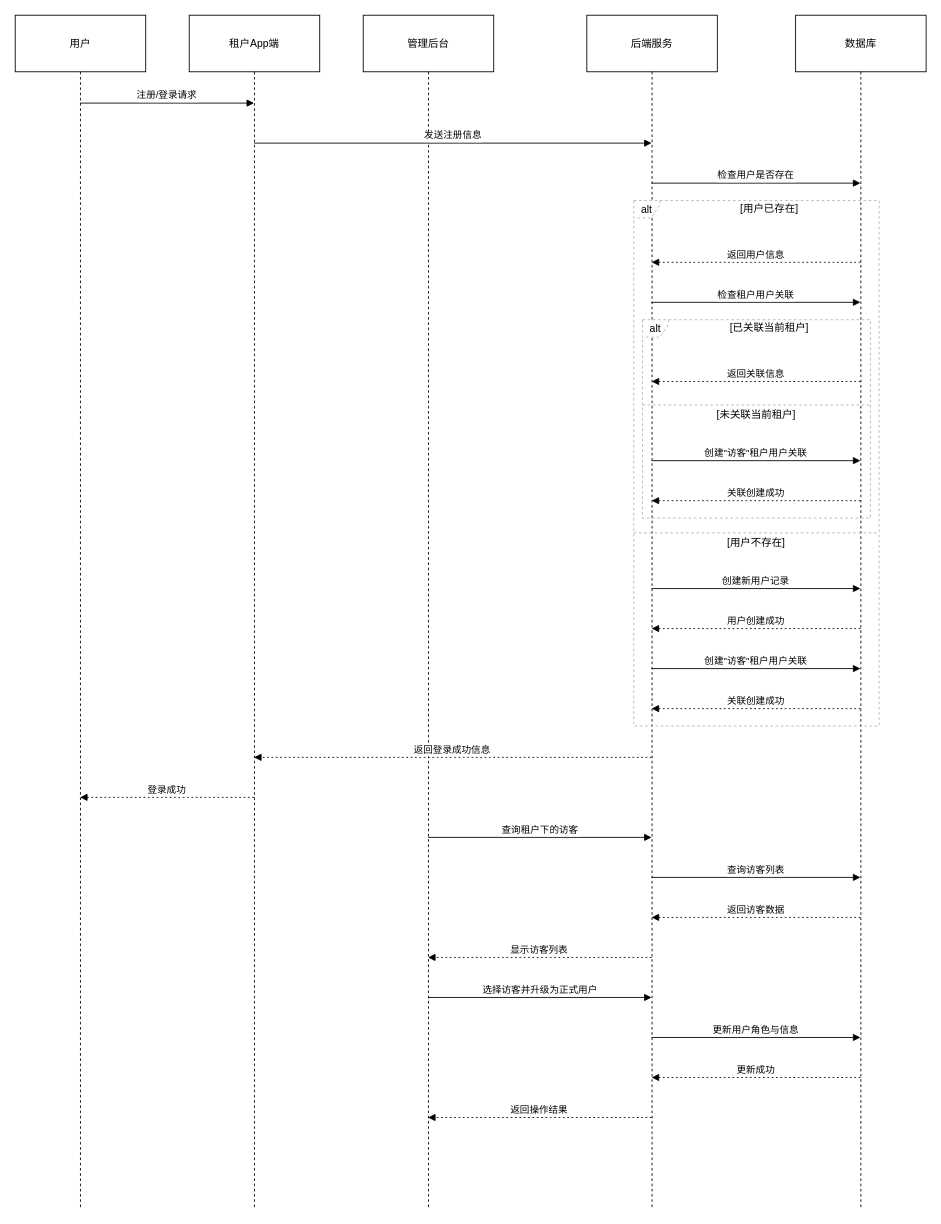
Navven/Img keeps this draw.io diagram as eco.drawio. Above is the earlier version. Source tidied: cells renumbered, new cells numbered last; positions are measured from the earlier drawing's top-left corner, leaving out a move shared by most shapes. Both pictures are drawn from the tidied source at 87%, with x=0, y=0 at pixel (15, 15).
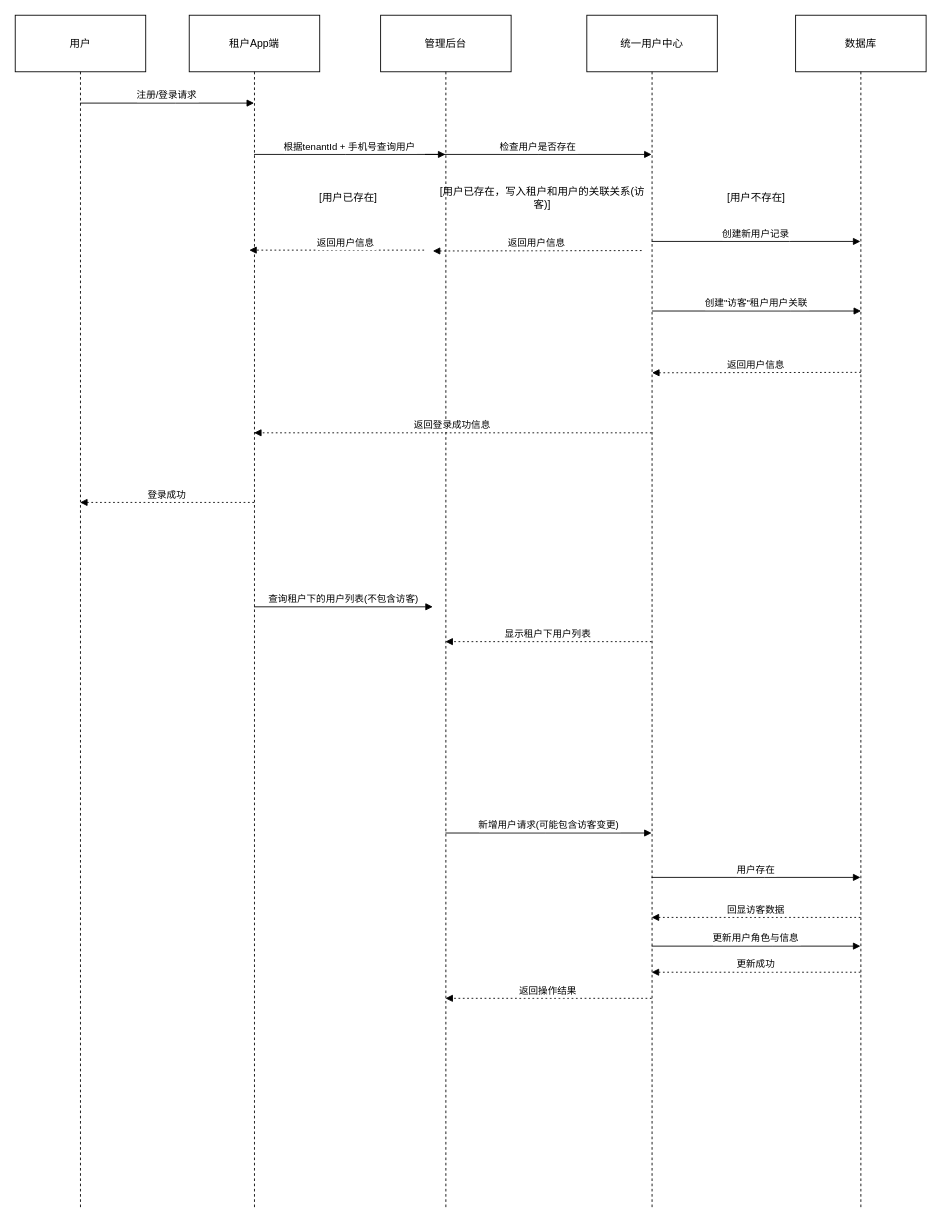
The same diagram, later.

Unchanged cells that the change refers to:
```xml
<mxCell id="2" value="用户" style="shape=umlLifeline;perimeter=lifelinePerimeter;whiteSpace=wrap;outlineConnect=0;portConstraint=eastwest;newEdgeStyle={&quot;edgeStyle&quot;:&quot;elbowEdgeStyle&quot;,&quot;elbow&quot;:&quot;vertical&quot;,&quot;curved&quot;:0,&quot;rounded&quot;:0};size=65;" parent="1" vertex="1">
  <mxGeometry width="150" height="1372" as="geometry" />
</mxCell>
<mxCell id="3" value="租户App端" style="shape=umlLifeline;perimeter=lifelinePerimeter;whiteSpace=wrap;outlineConnect=0;portConstraint=eastwest;newEdgeStyle={&quot;edgeStyle&quot;:&quot;elbowEdgeStyle&quot;,&quot;elbow&quot;:&quot;vertical&quot;,&quot;curved&quot;:0,&quot;rounded&quot;:0};size=65;" parent="1" vertex="1">
  <mxGeometry x="200" width="150" height="1372" as="geometry" />
</mxCell>
<mxCell id="6" value="数据库" style="shape=umlLifeline;perimeter=lifelinePerimeter;whiteSpace=wrap;outlineConnect=0;portConstraint=eastwest;newEdgeStyle={&quot;edgeStyle&quot;:&quot;elbowEdgeStyle&quot;,&quot;elbow&quot;:&quot;vertical&quot;,&quot;curved&quot;:0,&quot;rounded&quot;:0};size=65;" parent="1" vertex="1">
  <mxGeometry x="897" width="150" height="1372" as="geometry" />
</mxCell>
```

What changed in the source:
```diff
@@
     <mxCell id="4" value="管理后台" style="shape=umlLifeline;perimeter=lifelinePerimeter;whiteSpace=wrap;outlineConnect=0;portConstraint=eastwest;newEdgeStyle={&quot;edgeStyle&quot;:&quot;elbowEdgeStyle&quot;,&quot;elbow&quot;:&quot;vertical&quot;,&quot;curved&quot;:0,&quot;rounded&quot;:0};size=65;" parent="1" vertex="1">
-      <mxGeometry x="400" width="150" height="1372" as="geometry" />
+      <mxGeometry x="420" width="150" height="1372" as="geometry" />
     </mxCell>
-    <mxCell id="5" value="后端服务" style="shape=umlLifeline;perimeter=lifelinePerimeter;whiteSpace=wrap;outlineConnect=0;portConstraint=eastwest;newEdgeStyle={&quot;edgeStyle&quot;:&quot;elbowEdgeStyle&quot;,&quot;elbow&quot;:&quot;vertical&quot;,&quot;curved&quot;:0,&quot;rounded&quot;:0};size=65;" parent="1" vertex="1">
+    <mxCell id="5" value="统一用户中心" style="shape=umlLifeline;perimeter=lifelinePerimeter;whiteSpace=wrap;outlineConnect=0;portConstraint=eastwest;newEdgeStyle={&quot;edgeStyle&quot;:&quot;elbowEdgeStyle&quot;,&quot;elbow&quot;:&quot;vertical&quot;,&quot;curved&quot;:0,&quot;rounded&quot;:0};size=65;" parent="1" vertex="1">
       <mxGeometry x="657" width="150" height="1372" as="geometry" />
     </mxCell>
@@
-    <mxCell id="7" value="alt" style="shape=umlFrame;dashed=1;strokeColor=#B3B3B3;height=20;width=30;" parent="1" vertex="1">
-      <mxGeometry x="721" y="350" width="262" height="228" as="geometry" />
-    </mxCell>
-    <mxCell id="8" value="[已关联当前租户]" style="text;strokeColor=none;fillColor=none;align=center;verticalAlign=middle;whiteSpace=wrap;" parent="7" vertex="1">
-      <mxGeometry x="30" width="232" height="20" as="geometry" />
-    </mxCell>
-    <mxCell id="9" value="[未关联当前租户]" style="shape=line;dashed=1;whiteSpace=wrap;verticalAlign=top;labelPosition=center;verticalLabelPosition=middle;align=center;strokeColor=#B3B3B3;" parent="7" vertex="1">
-      <mxGeometry y="96" width="262" height="4" as="geometry" />
-    </mxCell>
-    <mxCell id="10" value="alt" style="shape=umlFrame;dashed=1;strokeColor=#B3B3B3;height=20;width=30;" parent="1" vertex="1">
-      <mxGeometry x="711" y="213" width="282" height="604" as="geometry" />
-    </mxCell>
-    <mxCell id="11" value="[用户已存在]" style="text;strokeColor=none;fillColor=none;align=center;verticalAlign=middle;whiteSpace=wrap;" parent="10" vertex="1">
-      <mxGeometry x="30" width="252" height="20" as="geometry" />
-    </mxCell>
-    <mxCell id="12" value="[用户不存在]" style="shape=line;dashed=1;whiteSpace=wrap;verticalAlign=top;labelPosition=center;verticalLabelPosition=middle;align=center;strokeColor=#B3B3B3;" parent="10" vertex="1">
-      <mxGeometry y="380" width="282" height="4" as="geometry" />
-    </mxCell>
@@
-    <mxCell id="14" value="发送注册信息" style="verticalAlign=bottom;edgeStyle=elbowEdgeStyle;elbow=vertical;curved=0;rounded=0;endArrow=block;" parent="1" edge="1" source="3" target="5">
+    <mxCell id="14" value="根据tenantId + 手机号查询用户" style="verticalAlign=bottom;edgeStyle=elbowEdgeStyle;elbow=vertical;curved=0;rounded=0;endArrow=block;" parent="1" edge="1" source="3" target="4">
       <mxGeometry relative="1" as="geometry">
         <Array as="points">
-          <mxPoint x="512" y="147" />
+          <mxPoint x="380" y="160" />
         </Array>
       </mxGeometry>
     </mxCell>
-    <mxCell id="15" value="检查用户是否存在" style="verticalAlign=bottom;edgeStyle=elbowEdgeStyle;elbow=vertical;curved=0;rounded=0;endArrow=block;" parent="1" edge="1" source="5" target="6">
-      <mxGeometry relative="1" as="geometry">
-        <Array as="points">
-          <mxPoint x="861" y="193" />
-        </Array>
-      </mxGeometry>
-    </mxCell>
-    <mxCell id="16" value="返回用户信息" style="verticalAlign=bottom;edgeStyle=elbowEdgeStyle;elbow=vertical;curved=0;rounded=0;dashed=1;dashPattern=2 3;endArrow=block;" parent="1" edge="1" source="6" target="5">
-      <mxGeometry relative="1" as="geometry">
-        <Array as="points">
-          <mxPoint x="864" y="284" />
-        </Array>
-      </mxGeometry>
-    </mxCell>
-    <mxCell id="17" value="检查租户用户关联" style="verticalAlign=bottom;edgeStyle=elbowEdgeStyle;elbow=vertical;curved=0;rounded=0;endArrow=block;" parent="1" edge="1" source="5" target="6">
-      <mxGeometry relative="1" as="geometry">
-        <Array as="points">
-          <mxPoint x="861" y="330" />
-        </Array>
-      </mxGeometry>
-    </mxCell>
-    <mxCell id="18" value="返回关联信息" style="verticalAlign=bottom;edgeStyle=elbowEdgeStyle;elbow=vertical;curved=0;rounded=0;dashed=1;dashPattern=2 3;endArrow=block;" parent="1" edge="1" source="6" target="5">
-      <mxGeometry relative="1" as="geometry">
-        <Array as="points">
-          <mxPoint x="864" y="421" />
-        </Array>
-      </mxGeometry>
-    </mxCell>
-    <mxCell id="19" value="创建&quot;访客&quot;租户用户关联" style="verticalAlign=bottom;edgeStyle=elbowEdgeStyle;elbow=vertical;curved=0;rounded=0;endArrow=block;" parent="1" edge="1" source="5" target="6">
-      <mxGeometry relative="1" as="geometry">
-        <Array as="points">
-          <mxPoint x="861" y="512" />
-        </Array>
-      </mxGeometry>
-    </mxCell>
-    <mxCell id="20" value="关联创建成功" style="verticalAlign=bottom;edgeStyle=elbowEdgeStyle;elbow=vertical;curved=0;rounded=0;dashed=1;dashPattern=2 3;endArrow=block;" parent="1" edge="1" source="6" target="5">
-      <mxGeometry relative="1" as="geometry">
-        <Array as="points">
-          <mxPoint x="864" y="558" />
-        </Array>
-      </mxGeometry>
-    </mxCell>
     <mxCell id="21" value="创建新用户记录" style="verticalAlign=bottom;edgeStyle=elbowEdgeStyle;elbow=vertical;curved=0;rounded=0;endArrow=block;" parent="1" edge="1" source="5" target="6">
       <mxGeometry relative="1" as="geometry">
         <Array as="points">
-          <mxPoint x="861" y="659" />
+          <mxPoint x="890" y="260" />
         </Array>
       </mxGeometry>
     </mxCell>
-    <mxCell id="22" value="用户创建成功" style="verticalAlign=bottom;edgeStyle=elbowEdgeStyle;elbow=vertical;curved=0;rounded=0;dashed=1;dashPattern=2 3;endArrow=block;" parent="1" edge="1" source="6" target="5">
-      <mxGeometry relative="1" as="geometry">
-        <Array as="points">
-          <mxPoint x="864" y="705" />
-        </Array>
-      </mxGeometry>
-    </mxCell>
-    <mxCell id="23" value="创建&quot;访客&quot;租户用户关联" style="verticalAlign=bottom;edgeStyle=elbowEdgeStyle;elbow=vertical;curved=0;rounded=0;endArrow=block;" parent="1" edge="1" source="5" target="6">
+    <mxCell id="23" value="创建&quot;访客&quot;租户用户关联" style="verticalAlign=bottom;edgeStyle=elbowEdgeStyle;elbow=vertical;curved=0;rounded=0;endArrow=block;" parent="1" edge="1">
       <mxGeometry relative="1" as="geometry">
+        <mxPoint x="732" y="340" as="sourcePoint" />
+        <mxPoint x="972.2" y="340" as="targetPoint" />
         <Array as="points">
-          <mxPoint x="861" y="751" />
+          <mxPoint x="890.7" y="340" />
         </Array>
       </mxGeometry>
     </mxCell>
-    <mxCell id="24" value="关联创建成功" style="verticalAlign=bottom;edgeStyle=elbowEdgeStyle;elbow=vertical;curved=0;rounded=0;dashed=1;dashPattern=2 3;endArrow=block;" parent="1" edge="1" source="6" target="5">
-      <mxGeometry relative="1" as="geometry">
-        <Array as="points">
-          <mxPoint x="864" y="797" />
-        </Array>
-      </mxGeometry>
-    </mxCell>
     <mxCell id="25" value="返回登录成功信息" style="verticalAlign=bottom;edgeStyle=elbowEdgeStyle;elbow=vertical;curved=0;rounded=0;dashed=1;dashPattern=2 3;endArrow=block;" parent="1" edge="1" source="5" target="3">
       <mxGeometry relative="1" as="geometry">
         <Array as="points">
-          <mxPoint x="515" y="853" />
+          <mxPoint x="540" y="480" />
         </Array>
       </mxGeometry>
     </mxCell>
     <mxCell id="26" value="登录成功" style="verticalAlign=bottom;edgeStyle=elbowEdgeStyle;elbow=vertical;curved=0;rounded=0;dashed=1;dashPattern=2 3;endArrow=block;" parent="1" edge="1" source="3" target="2">
       <mxGeometry relative="1" as="geometry">
         <Array as="points">
-          <mxPoint x="187" y="899" />
+          <mxPoint x="180" y="560" />
         </Array>
       </mxGeometry>
     </mxCell>
-    <mxCell id="27" value="查询租户下的访客" style="verticalAlign=bottom;edgeStyle=elbowEdgeStyle;elbow=vertical;curved=0;rounded=0;endArrow=block;" parent="1" edge="1" source="4" target="5">
-      <mxGeometry relative="1" as="geometry">
-        <Array as="points">
-          <mxPoint x="612" y="945" />
-        </Array>
-      </mxGeometry>
-    </mxCell>
-    <mxCell id="28" value="查询访客列表" style="verticalAlign=bottom;edgeStyle=elbowEdgeStyle;elbow=vertical;curved=0;rounded=0;endArrow=block;" parent="1" edge="1" source="5" target="6">
+    <mxCell id="28" value="用户存在" style="verticalAlign=bottom;edgeStyle=elbowEdgeStyle;elbow=horizontal;curved=0;rounded=0;endArrow=block;" parent="1" edge="1" source="5" target="6">
       <mxGeometry relative="1" as="geometry">
         <Array as="points">
           <mxPoint x="861" y="991" />
         </Array>
       </mxGeometry>
     </mxCell>
-    <mxCell id="29" value="返回访客数据" style="verticalAlign=bottom;edgeStyle=elbowEdgeStyle;elbow=vertical;curved=0;rounded=0;dashed=1;dashPattern=2 3;endArrow=block;" parent="1" edge="1" source="6" target="5">
+    <mxCell id="29" value="回显访客数据" style="verticalAlign=bottom;edgeStyle=elbowEdgeStyle;elbow=vertical;curved=0;rounded=0;dashed=1;dashPattern=2 3;endArrow=block;" parent="1" edge="1" source="6" target="5">
       <mxGeometry relative="1" as="geometry">
         <Array as="points">
           <mxPoint x="864" y="1037" />
         </Array>
       </mxGeometry>
     </mxCell>
-    <mxCell id="30" value="显示访客列表" style="verticalAlign=bottom;edgeStyle=elbowEdgeStyle;elbow=vertical;curved=0;rounded=0;dashed=1;dashPattern=2 3;endArrow=block;" parent="1" edge="1" source="5" target="4">
+    <mxCell id="30" value="显示租户下用户列表" style="verticalAlign=bottom;edgeStyle=elbowEdgeStyle;elbow=vertical;curved=0;rounded=0;dashed=1;dashPattern=2 3;endArrow=block;" parent="1" edge="1" source="5" target="4">
       <mxGeometry relative="1" as="geometry">
         <Array as="points">
-          <mxPoint x="615" y="1083" />
+          <mxPoint x="630" y="720" />
         </Array>
       </mxGeometry>
     </mxCell>
-    <mxCell id="31" value="选择访客并升级为正式用户" style="verticalAlign=bottom;edgeStyle=elbowEdgeStyle;elbow=vertical;curved=0;rounded=0;endArrow=block;" parent="1" edge="1" source="4" target="5">
+    <mxCell id="31" value="新增用户请求(可能包含访客变更)" style="verticalAlign=bottom;edgeStyle=elbowEdgeStyle;elbow=vertical;curved=0;rounded=0;endArrow=block;" parent="1" edge="1" source="4" target="5">
       <mxGeometry relative="1" as="geometry">
         <Array as="points">
-          <mxPoint x="612" y="1129" />
+          <mxPoint x="610" y="940" />
         </Array>
       </mxGeometry>
     </mxCell>
     <mxCell id="32" value="更新用户角色与信息" style="verticalAlign=bottom;edgeStyle=elbowEdgeStyle;elbow=vertical;curved=0;rounded=0;endArrow=block;" parent="1" edge="1" source="5" target="6">
       <mxGeometry relative="1" as="geometry">
         <Array as="points">
-          <mxPoint x="861" y="1175" />
+          <mxPoint x="870" y="1070" />
         </Array>
       </mxGeometry>
     </mxCell>
     <mxCell id="33" value="更新成功" style="verticalAlign=bottom;edgeStyle=elbowEdgeStyle;elbow=vertical;curved=0;rounded=0;dashed=1;dashPattern=2 3;endArrow=block;" parent="1" edge="1" source="6" target="5">
       <mxGeometry relative="1" as="geometry">
         <Array as="points">
-          <mxPoint x="864" y="1221" />
+          <mxPoint x="870" y="1100" />
         </Array>
       </mxGeometry>
     </mxCell>
     <mxCell id="34" value="返回操作结果" style="verticalAlign=bottom;edgeStyle=elbowEdgeStyle;elbow=vertical;curved=0;rounded=0;dashed=1;dashPattern=2 3;endArrow=block;" parent="1" edge="1" source="5" target="4">
       <mxGeometry relative="1" as="geometry">
         <Array as="points">
-          <mxPoint x="615" y="1267" />
+          <mxPoint x="630" y="1130" />
         </Array>
       </mxGeometry>
     </mxCell>
+    <mxCell id="15" value="检查用户是否存在" style="verticalAlign=bottom;edgeStyle=elbowEdgeStyle;elbow=vertical;curved=0;rounded=0;endArrow=block;" parent="1" edge="1" target="5">
+      <mxGeometry relative="1" as="geometry">
+        <mxPoint x="471" y="160" as="sourcePoint" />
+        <Array as="points">
+          <mxPoint x="601" y="160" />
+        </Array>
+      </mxGeometry>
+    </mxCell>
+    <mxCell id="11" value="[用户已存在，写入租户和用户的关联关系(访客)]" style="text;strokeColor=none;fillColor=none;align=center;verticalAlign=middle;whiteSpace=wrap;" parent="1" vertex="1">
+      <mxGeometry x="480" y="200" width="252" height="20" as="geometry" />
+    </mxCell>
+    <mxCell id="12" value="[用户不存在]" style="text;strokeColor=none;fillColor=none;align=center;verticalAlign=middle;whiteSpace=wrap;" parent="1" vertex="1">
+      <mxGeometry x="726" y="200" width="252" height="20" as="geometry" />
+    </mxCell>
+    <mxCell id="35" value="返回用户信息" style="verticalAlign=bottom;edgeStyle=elbowEdgeStyle;elbow=vertical;curved=0;rounded=0;dashed=1;dashPattern=2 3;endArrow=block;" parent="1" edge="1">
+      <mxGeometry relative="1" as="geometry">
+        <mxPoint x="720" y="270.5" as="sourcePoint" />
+        <mxPoint x="480" y="270.5" as="targetPoint" />
+      </mxGeometry>
+    </mxCell>
+    <mxCell id="36" value="[用户已存在]" style="text;strokeColor=none;fillColor=none;align=center;verticalAlign=middle;whiteSpace=wrap;" parent="1" vertex="1">
+      <mxGeometry x="257" y="200" width="252" height="20" as="geometry" />
+    </mxCell>
+    <mxCell id="37" value="返回用户信息" style="verticalAlign=bottom;edgeStyle=elbowEdgeStyle;elbow=vertical;curved=0;rounded=0;dashed=1;dashPattern=2 3;endArrow=block;" parent="1" edge="1">
+      <mxGeometry x="-0.1" y="1" relative="1" as="geometry">
+        <mxPoint x="470" y="270" as="sourcePoint" />
+        <mxPoint x="269" y="270" as="targetPoint" />
+      </mxGeometry>
+    </mxCell>
+    <mxCell id="38" value="返回用户信息" style="verticalAlign=bottom;edgeStyle=elbowEdgeStyle;elbow=vertical;curved=0;rounded=0;dashed=1;dashPattern=2 3;endArrow=block;" parent="1" edge="1">
+      <mxGeometry relative="1" as="geometry">
+        <mxPoint x="972" y="410.5" as="sourcePoint" />
+        <mxPoint x="732" y="410.5" as="targetPoint" />
+      </mxGeometry>
+    </mxCell>
+    <mxCell id="39" value="查询租户下的用户列表(不包含访客)" style="verticalAlign=bottom;edgeStyle=elbowEdgeStyle;elbow=vertical;curved=0;rounded=0;endArrow=block;" parent="1" edge="1" source="3">
+      <mxGeometry relative="1" as="geometry">
+        <mxPoint x="480" y="680" as="targetPoint" />
+        <Array as="points">
+          <mxPoint x="448" y="680" />
+        </Array>
+      </mxGeometry>
+    </mxCell>
```
